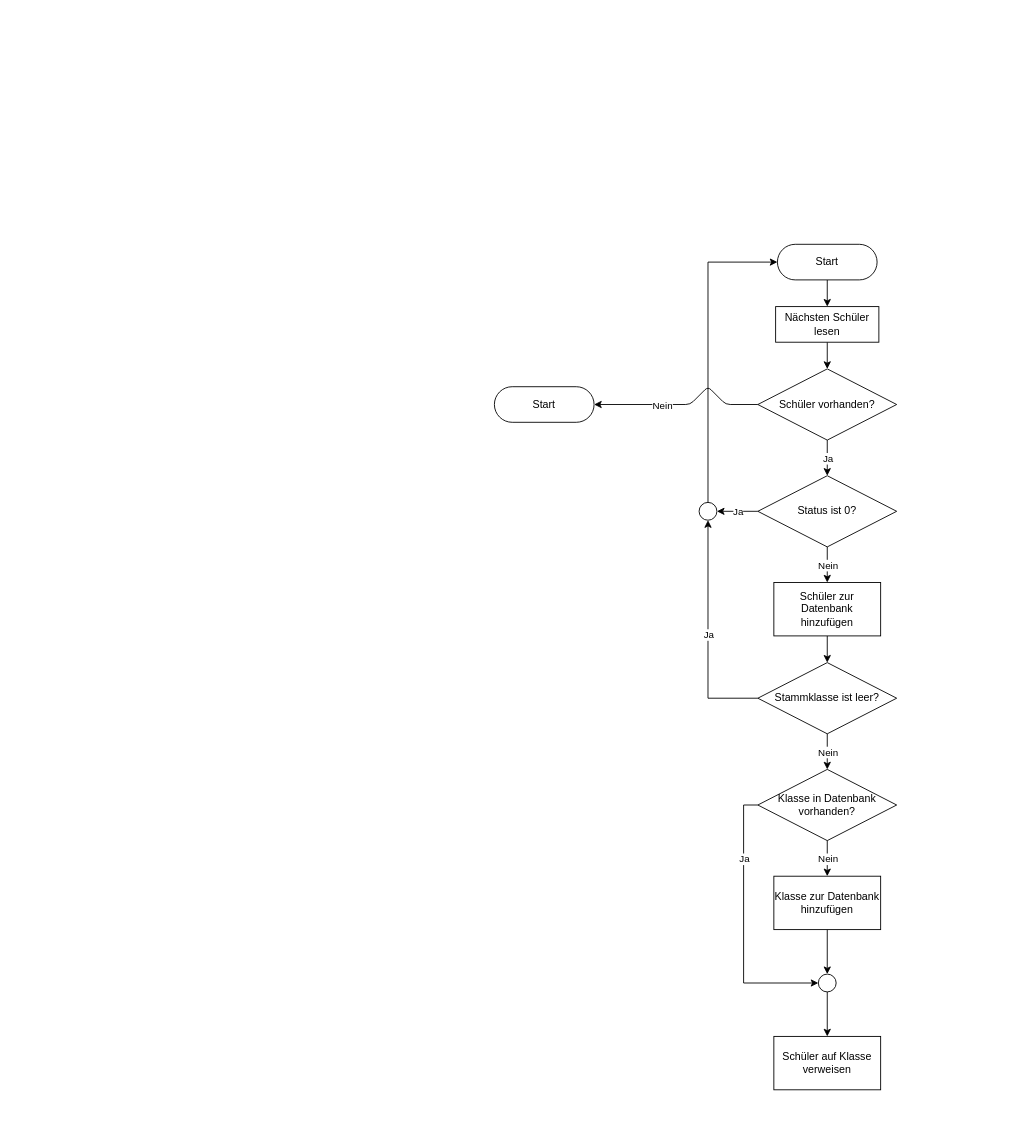
Earlier version of the draw.io diagram Projektauftrag/Datenimport.drawio (PlayWolfYT/M122). Source tidied: cells renumbered, new cells numbered last; positions are measured from the earlier drawing's top-left corner, leaving out a move shared by most shapes. Both pictures are drawn from the tidied source at 89%, with x=0, y=0 at pixel (494, 244).
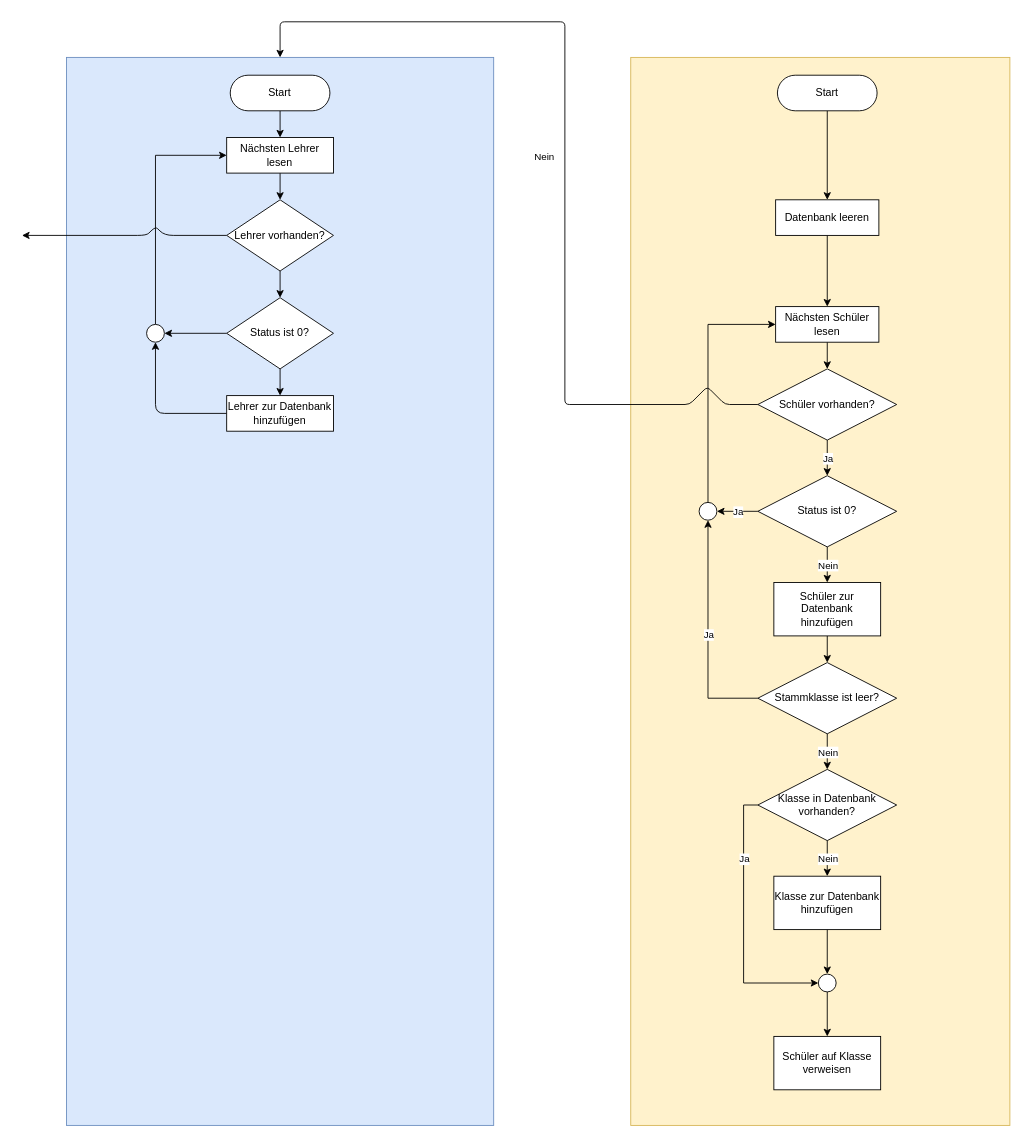
After the change.

The change refers to these unchanged cells:
```xml
<mxCell id="5" value="Nächsten Schüler lesen" style="rounded=0;whiteSpace=wrap;html=1;" parent="1" vertex="1">
  <mxGeometry x="316" y="70" width="116" height="40" as="geometry" />
</mxCell>
<mxCell id="6" value="Schüler vorhanden?" style="rhombus;whiteSpace=wrap;html=1;rounded=0;" parent="1" vertex="1">
  <mxGeometry x="296" y="140" width="156" height="80" as="geometry" />
</mxCell>
<mxCell id="14" style="ellipse;fillColor=#ffffff;strokeColor=#000000;" parent="1" vertex="1">
  <mxGeometry x="230" y="290" width="20" height="20" as="geometry" />
</mxCell>
```

The edit, as a diff of the source:
```diff
@@
+    <mxCell id="36" style="rounded=0;whiteSpace=wrap;html=1;fillColor=#fff2cc;strokeColor=#d6b656;" parent="1" vertex="1">
+      <mxGeometry x="153.2" y="-210" width="426" height="1200" as="geometry" />
+    </mxCell>
-    <mxCell id="2" style="edgeStyle=orthogonalEdgeStyle;rounded=0;jettySize=auto;html=1;exitX=0.5;exitY=1;exitDx=0;exitDy=0;entryX=0.5;entryY=0;entryDx=0;entryDy=0;" parent="1" edge="1" source="3" target="5">
+    <mxCell id="2" style="edgeStyle=orthogonalEdgeStyle;rounded=0;jettySize=auto;html=1;exitX=0.5;exitY=1;exitDx=0;exitDy=0;entryX=0.5;entryY=0;entryDx=0;entryDy=0;" parent="1" edge="1" source="3" target="38">
       <mxGeometry relative="1" as="geometry" />
     </mxCell>
     <mxCell id="3" value="Start" style="rounded=1;whiteSpace=wrap;html=1;arcSize=50;" parent="1" vertex="1">
-      <mxGeometry x="318" width="112" height="40" as="geometry" />
+      <mxGeometry x="318" y="-190" width="112" height="40" as="geometry" />
     </mxCell>
@@
-    <mxCell id="7" value="Start" style="rounded=1;whiteSpace=wrap;html=1;arcSize=50;" parent="1" vertex="1">
-      <mxGeometry y="160" width="112" height="40" as="geometry" />
-    </mxCell>
-    <mxCell id="8" style="endArrow=classic;html=1;entryX=1;entryY=0.5;entryDx=0;entryDy=0;exitX=0;exitY=0.5;exitDx=0;exitDy=0;arcSize=10;" parent="1" edge="1" source="6" target="7">
+    <mxCell id="8" style="endArrow=classic;html=1;entryX=0.5;entryY=0;entryDx=0;entryDy=0;exitX=0;exitY=0.5;exitDx=0;exitDy=0;arcSize=10;" parent="1" edge="1" source="6" target="39">
       <mxGeometry relative="1" as="geometry">
         <Array as="points">
-          <mxPoint x="260" y="180" />
-          <mxPoint x="240" y="160" />
-          <mxPoint x="220" y="180" />
+          <mxPoint x="259.2" y="180" />
+          <mxPoint x="239.2" y="160" />
+          <mxPoint x="219.2" y="180" />
+          <mxPoint x="79.2" y="180" />
+          <mxPoint x="79.2" y="-250" />
+          <mxPoint x="-240.8" y="-250" />
         </Array>
       </mxGeometry>
     </mxCell>
@@
-    <mxCell id="13" style="edgeStyle=orthogonalEdgeStyle;rounded=0;jettySize=auto;html=1;exitX=0.5;exitY=0;exitDx=0;exitDy=0;entryX=0;entryY=0.5;entryDx=0;entryDy=0;" parent="1" edge="1" source="14" target="3">
+    <mxCell id="13" style="edgeStyle=orthogonalEdgeStyle;rounded=0;jettySize=auto;html=1;exitX=0.5;exitY=0;exitDx=0;exitDy=0;entryX=0;entryY=0.5;entryDx=0;entryDy=0;" parent="1" edge="1" source="14" target="5">
       <mxGeometry relative="1" as="geometry" />
     </mxCell>
@@
+    <mxCell id="37" style="edgeStyle=orthogonalEdgeStyle;rounded=0;jettySize=auto;html=1;exitX=0.5;exitY=1;exitDx=0;exitDy=0;entryX=0.5;entryY=0;entryDx=0;entryDy=0;" parent="1" edge="1" source="38" target="5">
+      <mxGeometry relative="1" as="geometry" />
+    </mxCell>
+    <mxCell id="38" value="Datenbank leeren" style="rounded=0;whiteSpace=wrap;html=1;" parent="1" vertex="1">
+      <mxGeometry x="316" y="-50" width="116" height="40" as="geometry" />
+    </mxCell>
+    <mxCell id="39" style="rounded=0;whiteSpace=wrap;html=1;fillColor=#dae8fc;strokeColor=#6c8ebf;" parent="1" vertex="1">
+      <mxGeometry x="-480.8" y="-210" width="480" height="1200" as="geometry" />
+    </mxCell>
+    <mxCell id="40" style="edgeStyle=orthogonalEdgeStyle;rounded=0;jettySize=auto;html=1;exitX=0.5;exitY=1;exitDx=0;exitDy=0;entryX=0.5;entryY=0;entryDx=0;entryDy=0;" parent="1" edge="1" source="7" target="42">
+      <mxGeometry relative="1" as="geometry" />
+    </mxCell>
+    <mxCell id="7" value="Start" style="rounded=1;whiteSpace=wrap;html=1;arcSize=50;" parent="1" vertex="1">
+      <mxGeometry x="-296.8" y="-190" width="112" height="40" as="geometry" />
+    </mxCell>
+    <mxCell id="41" style="edgeStyle=orthogonalEdgeStyle;rounded=0;jettySize=auto;html=1;exitX=0.5;exitY=1;exitDx=0;exitDy=0;entryX=0.5;entryY=0;entryDx=0;entryDy=0;" parent="1" edge="1" source="42" target="45">
+      <mxGeometry relative="1" as="geometry" />
+    </mxCell>
+    <mxCell id="42" value="Nächsten Lehrer lesen" style="rounded=0;whiteSpace=wrap;html=1;" parent="1" vertex="1">
+      <mxGeometry x="-300.8" y="-120" width="120" height="40" as="geometry" />
+    </mxCell>
+    <mxCell id="43" style="edgeStyle=orthogonalEdgeStyle;rounded=0;jettySize=auto;html=1;exitX=0.5;exitY=1;exitDx=0;exitDy=0;entryX=0.5;entryY=0;entryDx=0;entryDy=0;" parent="1" edge="1" source="45" target="48">
+      <mxGeometry relative="1" as="geometry" />
+    </mxCell>
+    <mxCell id="44" style="rounded=1;jettySize=auto;html=1;exitX=0;exitY=0.5;exitDx=0;exitDy=0;" parent="1" edge="1" source="45">
+      <mxGeometry relative="1" as="geometry">
+        <mxPoint x="-530.8" y="-10" as="targetPoint" />
+        <Array as="points">
+          <mxPoint x="-370.8" y="-10" />
+          <mxPoint x="-380.8" y="-20" />
+          <mxPoint x="-390.8" y="-10" />
+        </Array>
+      </mxGeometry>
+    </mxCell>
+    <mxCell id="45" value="Lehrer vorhanden?" style="rhombus;whiteSpace=wrap;html=1;" parent="1" vertex="1">
+      <mxGeometry x="-300.8" y="-50" width="120" height="80" as="geometry" />
+    </mxCell>
+    <mxCell id="46" style="edgeStyle=orthogonalEdgeStyle;rounded=0;jettySize=auto;html=1;exitX=0;exitY=0.5;exitDx=0;exitDy=0;entryX=1;entryY=0.5;entryDx=0;entryDy=0;" parent="1" edge="1" source="48" target="50">
+      <mxGeometry relative="1" as="geometry" />
+    </mxCell>
+    <mxCell id="47" style="edgeStyle=orthogonalEdgeStyle;rounded=0;jettySize=auto;html=1;exitX=0.5;exitY=1;exitDx=0;exitDy=0;entryX=0.5;entryY=0;entryDx=0;entryDy=0;" parent="1" edge="1" source="48" target="52">
+      <mxGeometry relative="1" as="geometry" />
+    </mxCell>
+    <mxCell id="48" value="Status ist 0?" style="rhombus;whiteSpace=wrap;html=1;" parent="1" vertex="1">
+      <mxGeometry x="-300.8" y="60" width="120" height="80" as="geometry" />
+    </mxCell>
+    <mxCell id="49" style="edgeStyle=orthogonalEdgeStyle;rounded=0;jettySize=auto;html=1;exitX=0.5;exitY=0;exitDx=0;exitDy=0;entryX=0;entryY=0.5;entryDx=0;entryDy=0;" parent="1" edge="1" source="50" target="42">
+      <mxGeometry relative="1" as="geometry" />
+    </mxCell>
+    <mxCell id="50" style="ellipse;whiteSpace=wrap;html=1;" parent="1" vertex="1">
+      <mxGeometry x="-390.8" y="90" width="20" height="20" as="geometry" />
+    </mxCell>
+    <mxCell id="51" style="edgeStyle=none;rounded=1;jettySize=auto;html=1;exitX=0;exitY=0.5;exitDx=0;exitDy=0;entryX=0.5;entryY=1;entryDx=0;entryDy=0;" parent="1" edge="1" source="52" target="50">
+      <mxGeometry relative="1" as="geometry">
+        <Array as="points">
+          <mxPoint x="-380.8" y="190" />
+        </Array>
+      </mxGeometry>
+    </mxCell>
+    <mxCell id="52" value="Lehrer zur Datenbank hinzufügen" style="rounded=0;whiteSpace=wrap;html=1;" parent="1" vertex="1">
+      <mxGeometry x="-300.8" y="170" width="120" height="40" as="geometry" />
+    </mxCell>
```
